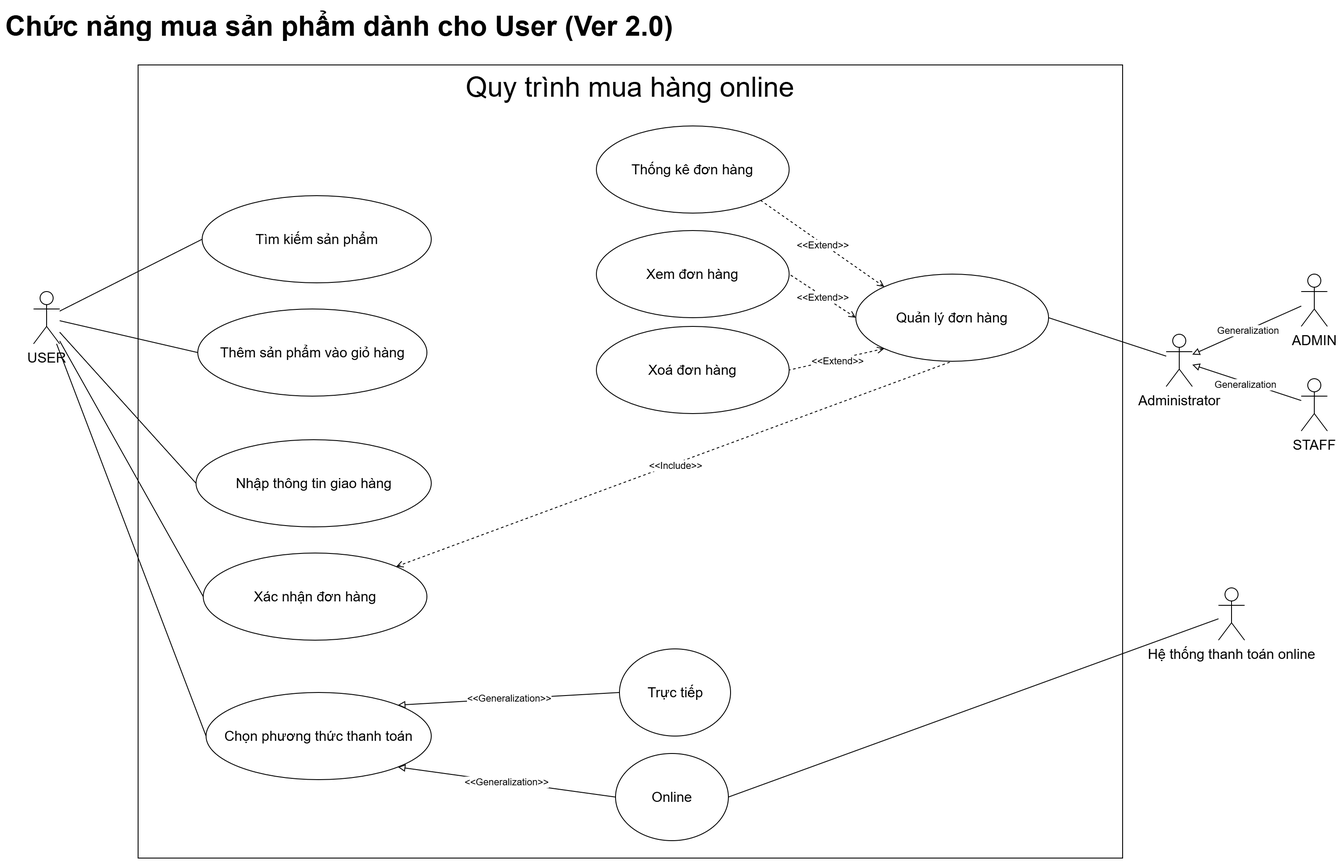
Above: usecase/UseCase_Buy.png in hungtran3011/SAD-uml (draw.io), before the change. Source tidied: cells renumbered, new cells last; positions are measured from the earlier drawing's top-left corner, leaving out a move shared by most shapes.
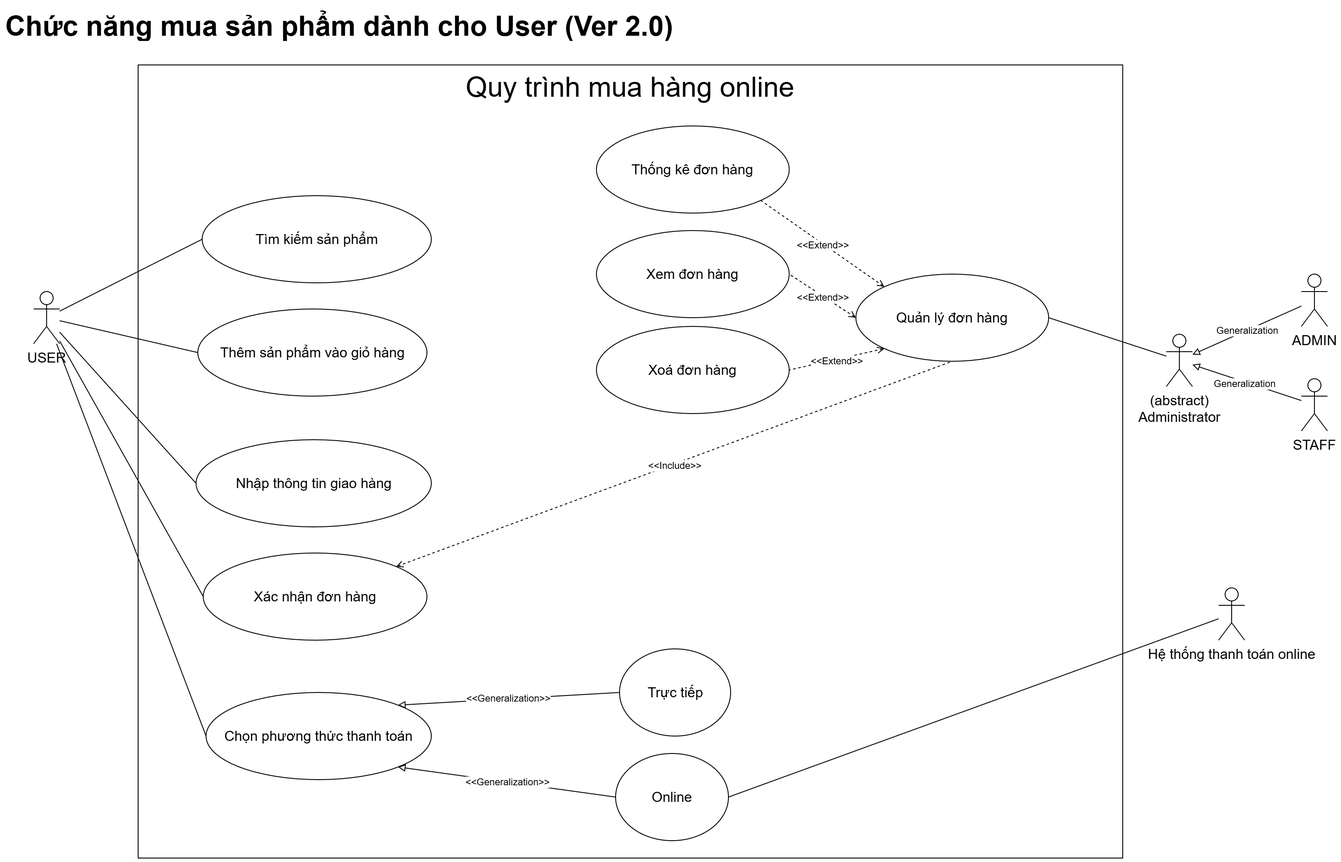
The same diagram one commit later.

Commit message:
update use case

The edit, as a diff of the source:
```diff
@@ -35,7 +35,7 @@
     <mxCell id="12" style="edgeStyle=none;rounded=0;jettySize=auto;html=1;entryX=1;entryY=0.5;entryDx=0;entryDy=0;endArrow=none;startFill=0;fontSize=16;" parent="1" edge="1" source="13" target="33">
       <mxGeometry relative="1" as="geometry" />
     </mxCell>
-    <mxCell id="13" value="Administrator" style="shape=umlActor;verticalLabelPosition=bottom;verticalAlign=top;html=1;outlineConnect=0;fontSize=16;" parent="1" vertex="1">
+    <mxCell id="13" value="(abstract)&lt;div&gt;Administrator&lt;/div&gt;" style="shape=umlActor;verticalLabelPosition=bottom;verticalAlign=top;html=1;outlineConnect=0;fontSize=16;" parent="1" vertex="1">
       <mxGeometry x="1334" y="379" width="30" height="60" as="geometry" />
     </mxCell>
     <mxCell id="14" style="edgeStyle=none;rounded=0;jettySize=auto;html=1;endArrow=block;endFill=0;fontSize=16;" parent="1" edge="1" source="16" target="13">
```
